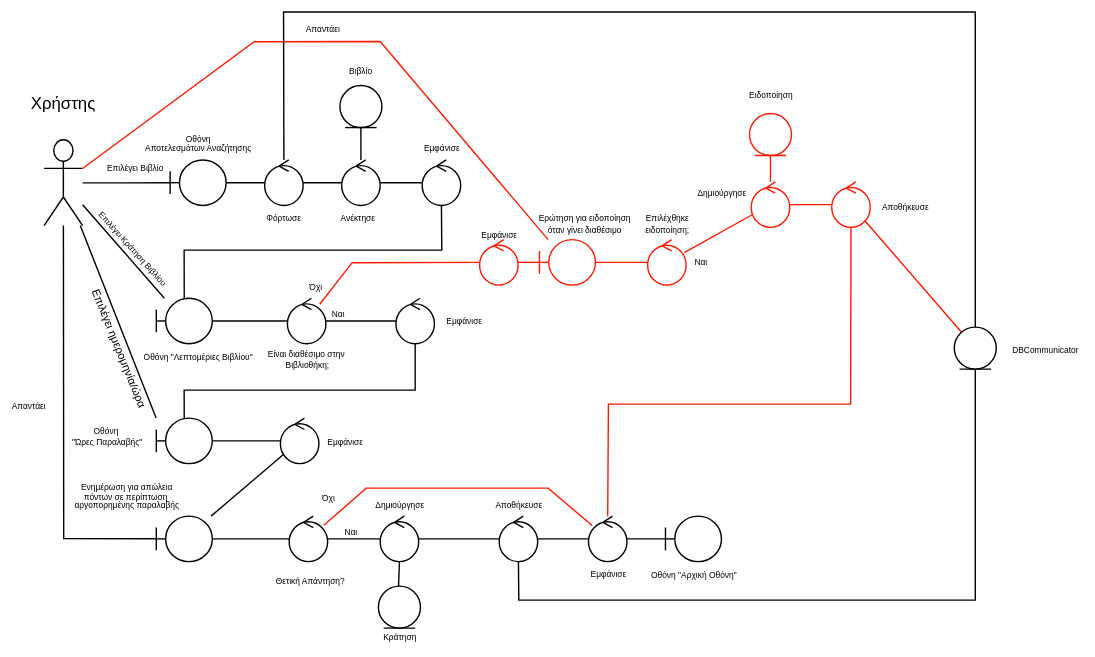
The draw.io diagram 2nd Assignment/Robustness Diagrams/Robustness-Diagram-v0.1-Κράτηση Βιβλίου.svg in CallMeJasonYT/LibraVision, before a commit. Source tidied: cells renumbered, new cells last; positions are measured from the earlier drawing's top-left corner, leaving out a move shared by most shapes.
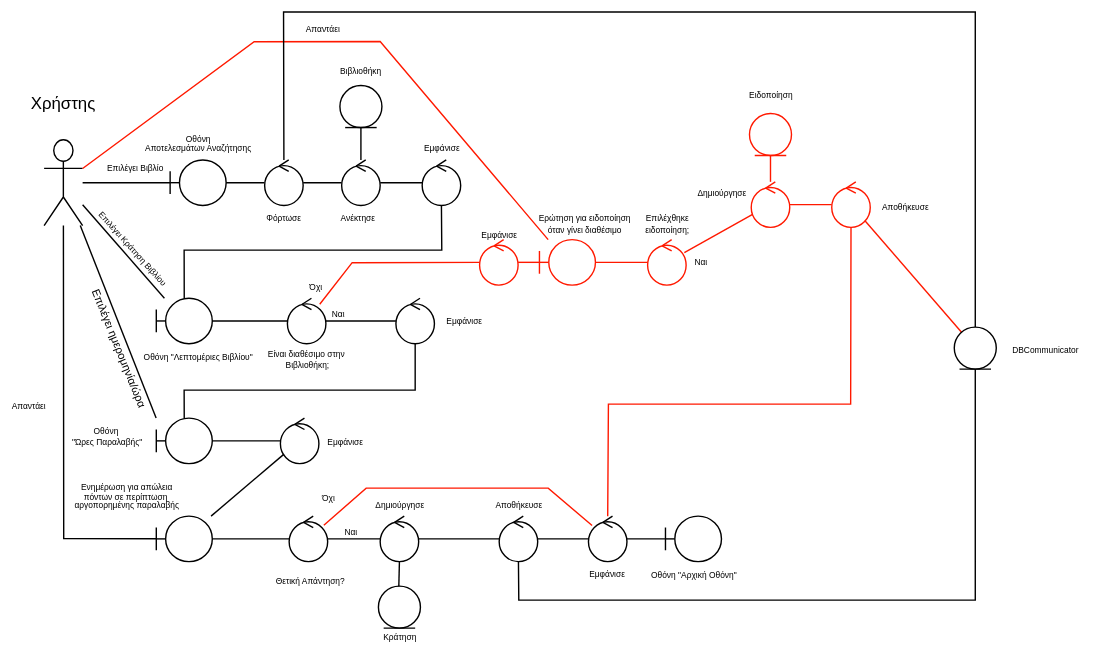
Above is the later version.

Commit message:
Robustness-Diagram-v0.1-Κράτηση Βιβλίου

What changed in the source:
```diff
@@ -283,8 +283,8 @@
     <mxCell id="80" style="ellipse;shape=umlEntity;whiteSpace=wrap;html=1;" parent="1" vertex="1">
       <mxGeometry x="242.3" y="61.5" width="30" height="30" as="geometry" />
     </mxCell>
-    <mxCell id="81" value="&lt;span style=&quot;font-size: 6px;&quot;&gt;Βιβλίο&lt;/span&gt;" style="text;html=1;align=center;verticalAlign=middle;strokeColor=none;fillColor=none;" parent="1" vertex="1">
-      <mxGeometry x="237.3" y="35.2" width="40" height="30" as="geometry" />
+    <mxCell id="81" value="&lt;span style=&quot;font-size: 6px;&quot;&gt;Βιβλιοθήκη&lt;/span&gt;" style="text;html=1;align=center;verticalAlign=middle;strokeColor=none;fillColor=none;" parent="1" vertex="1">
+      <mxGeometry x="232.3" y="35.2" width="50" height="30" as="geometry" />
     </mxCell>
     <mxCell id="82" style="edgeStyle=none;rounded=0;jettySize=auto;html=1;endArrow=none;endFill=0;" parent="1" edge="1" source="79" target="80">
       <mxGeometry relative="1" as="geometry" />
```
